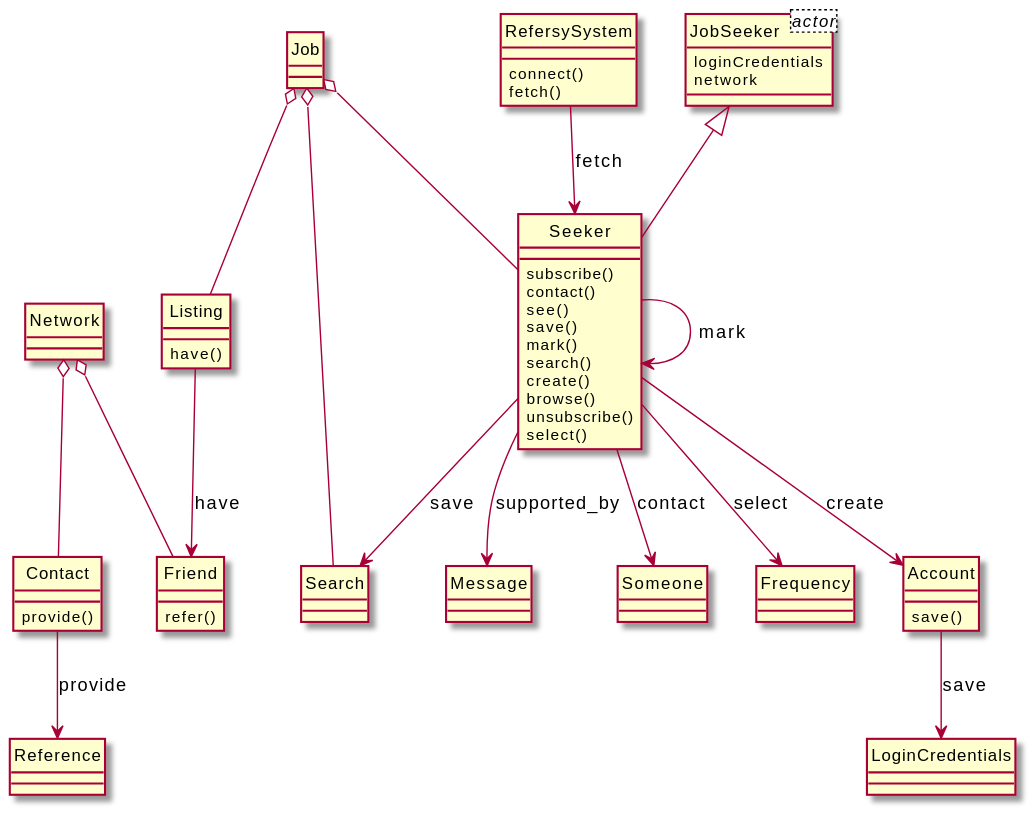
This is output/diagram_5/2014-USC-Project10.svg from xixixhalu/DomainModelExtractor, a PlantUML export, as it was before one commit.
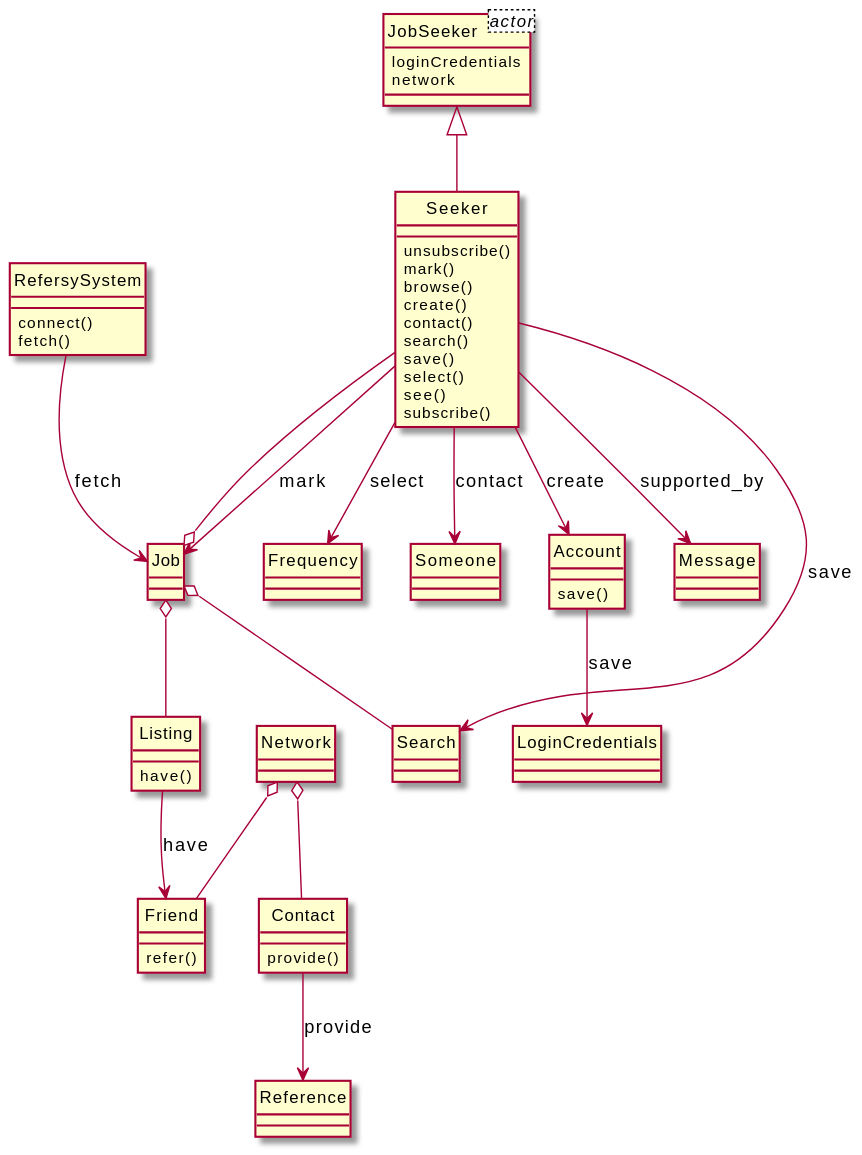
Later version of the same file.

Diff of the diagram source:
```diff
@@ -12,34 +12,34 @@
 class Friend {
 	refer()
 }
-class Job {
+class Seeker {
+	unsubscribe()
+	mark()
+	browse()
+	create()
+	contact()
+	search()
+	save()
+	select()
+	see()
+	subscribe()
 }
 class Search {
 }
 class Listing {
 	have()
 }
-class Seeker {
-	subscribe()
-	contact()
-	see()
-	save()
-	mark()
-	search()
-	create()
-	browse()
-	unsubscribe()
-	select()
+class Job {
 }
-class Someone {
+class Frequency {
 }
 class RefersySystem {
 	connect()
 	fetch()
 }
-class Frequency {
+class Reference {
 }
-class Reference {
+class Someone {
 }
 class Account {
 	save()
@@ -50,20 +50,20 @@
 }
 class JobSeeker {
 }
-RefersySystem --> Seeker : fetch
+Seeker --> Message : supported_by
+Listing --> Friend : have
+Account --> LoginCredentials : save
+Contact --> Reference : provide
+Seeker --> Job : mark
+Job o-- Listing
+Network o-- Contact
+Job o-- Seeker
+Seeker --> Someone : contact
+Network o-- Friend
+RefersySystem --> Job : fetch
+Seeker --> Frequency : select
+Seeker --> Account : create
+JobSeeker <|-- Seeker
+Job o-- Search
 Seeker --> Search : save
-Seeker --> Seeker : mark
-Network o-- Friend
-Job o-- Search
-Network o-- Contact
-Seeker --> Someone : contact
-Contact --> Reference : provide
-Seeker --> Account : create
-Job o-- Listing
-Job o-- Seeker
-Listing --> Friend : have
-JobSeeker <|-- Seeker
-Seeker --> Message : supported_by
-Account --> LoginCredentials : save
-Seeker --> Frequency : select
 @enduml
```
